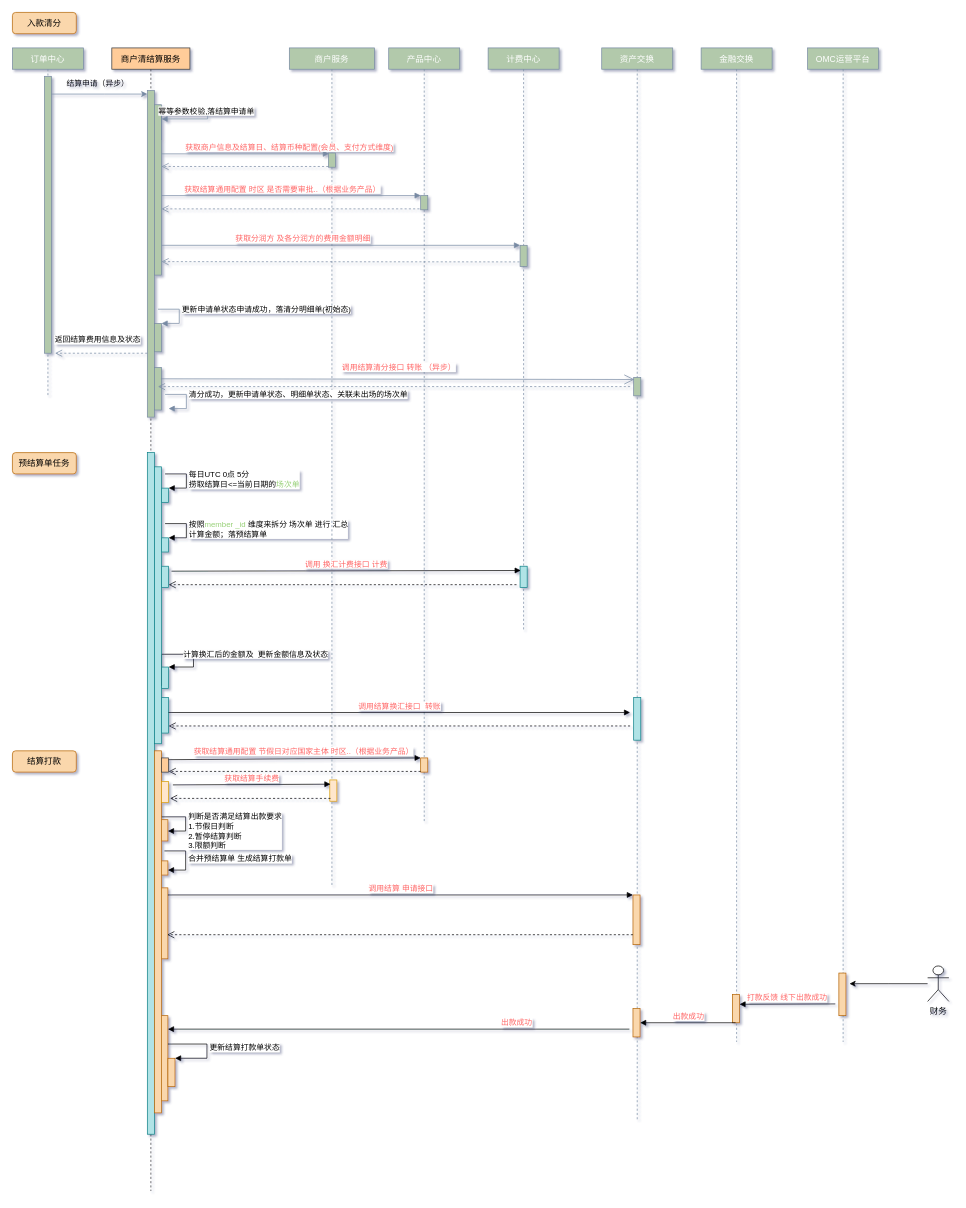
Earlier version of the draw.io diagram merchant-settle/Untitled Diagram.drawio (DominicElvira/Diagrams). Source tidied: cells renumbered, new cells numbered last; positions are measured from the earlier drawing's top-left corner, leaving out a move shared by most shapes. Both pictures are drawn from the tidied source at 71%, with x=0, y=0 at pixel (12, 12).
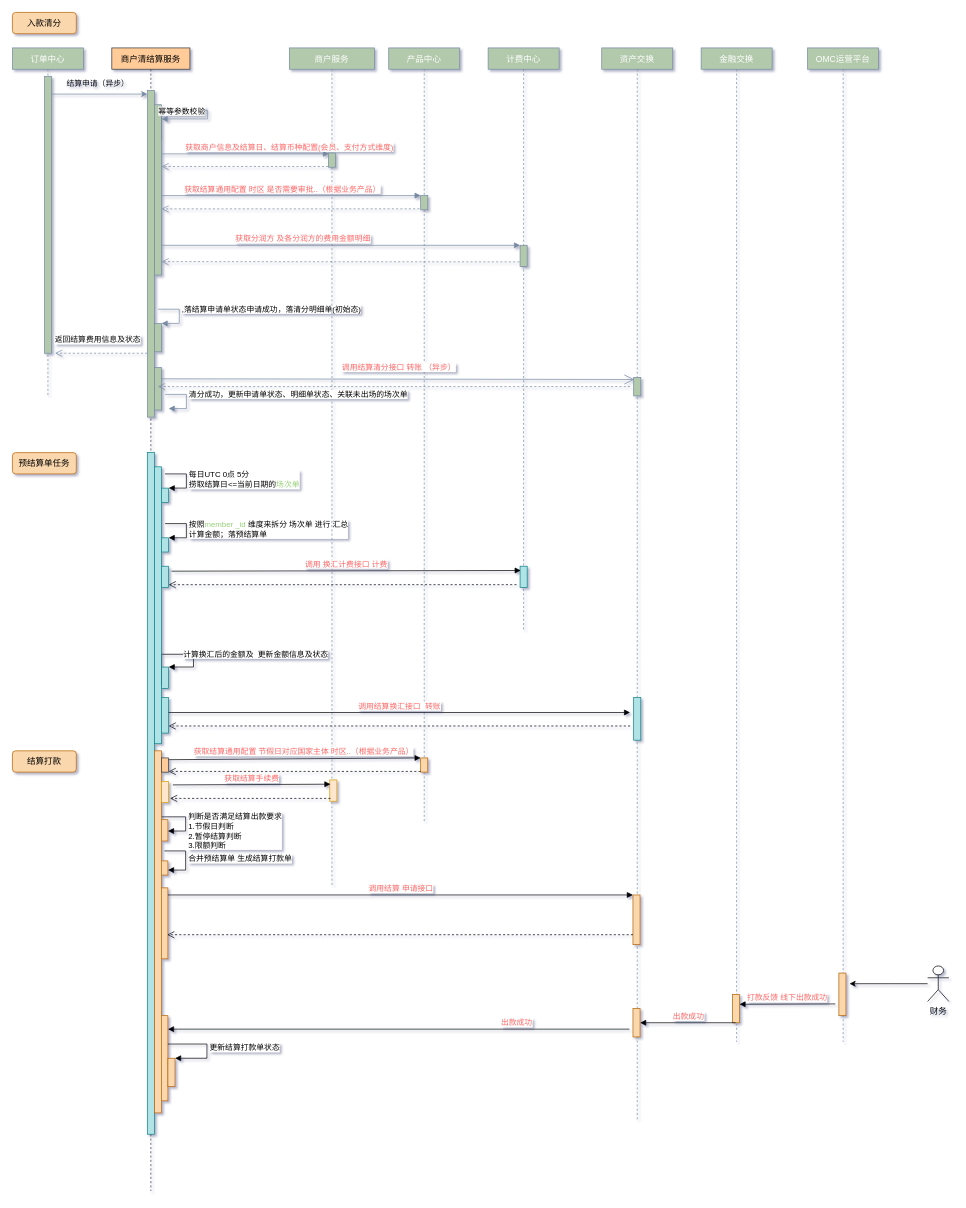
The same page after the edit.

The change refers to these unchanged cells:
```xml
<mxCell id="4" value="商户清结算服务" style="shape=umlLifeline;perimeter=lifelinePerimeter;shadow=0;strokeWidth=1;fillColor=#ffcc99;strokeColor=#36393d;rounded=0;size=30;" parent="1" vertex="1">
  <mxGeometry x="140" y="50" width="110" height="1610" as="geometry" />
</mxCell>
<mxCell id="6" style="html=1;points=[];perimeter=orthogonalPerimeter;fontSize=11;fontColor=#000000;strokeColor=#788AA3;fillColor=#B2C9AB;" parent="4" vertex="1">
  <mxGeometry x="60" y="80" width="10" height="240" as="geometry" />
</mxCell>
<mxCell id="8" style="html=1;points=[];perimeter=orthogonalPerimeter;fontSize=11;fontColor=#000000;strokeColor=#788AA3;fillColor=#B2C9AB;" parent="4" vertex="1">
  <mxGeometry x="60" y="388" width="10" height="40" as="geometry" />
</mxCell>
```

Diff of the diagram source:
```diff
@@
-    <mxCell id="7" value="幂等参数校验,落结算申请单" style="edgeStyle=orthogonalEdgeStyle;html=1;align=left;spacingLeft=2;endArrow=block;rounded=0;fontSize=11;fontColor=#000000;strokeColor=#788AA3;fillColor=#B2C9AB;curved=0;exitX=1.003;exitY=0.207;exitDx=0;exitDy=0;exitPerimeter=0;" parent="4" edge="1" source="6" target="6">
+    <mxCell id="7" value="幂等参数校验" style="edgeStyle=orthogonalEdgeStyle;html=1;align=left;spacingLeft=2;endArrow=block;rounded=0;fontSize=11;fontColor=#000000;strokeColor=#788AA3;fillColor=#B2C9AB;curved=0;exitX=1.003;exitY=0.207;exitDx=0;exitDy=0;exitPerimeter=0;" parent="4" edge="1" source="6" target="6">
       <mxGeometry x="-0.55" y="8" relative="1" as="geometry">
         <Array as="points">
           <mxPoint x="135" y="88" />
           <mxPoint x="135" y="100" />
         </Array>
       </mxGeometry>
     </mxCell>
@@
-    <mxCell id="9" value="更新申请单状态申请成功，落清分明细单(初始态)" style="edgeStyle=orthogonalEdgeStyle;html=1;align=left;spacingLeft=2;endArrow=block;rounded=0;entryX=1;entryY=0;fontSize=11;fontColor=#000000;strokeColor=#788AA3;strokeWidth=1;fillColor=#B2C9AB;curved=0;jumpStyle=none;" parent="4" edge="1" target="8">
+    <mxCell id="9" value=",落结算申请单状态申请成功，落清分明细单(初始态)" style="edgeStyle=orthogonalEdgeStyle;html=1;align=left;spacingLeft=2;endArrow=block;rounded=0;entryX=1;entryY=0;fontSize=11;fontColor=#000000;strokeColor=#788AA3;strokeWidth=1;fillColor=#B2C9AB;curved=0;jumpStyle=none;" parent="4" edge="1" target="8">
       <mxGeometry x="-0.2" relative="1" as="geometry">
         <mxPoint x="65" y="368" as="sourcePoint" />
         <Array as="points">
           <mxPoint x="95" y="368" />
         </Array>
       </mxGeometry>
     </mxCell>
```
